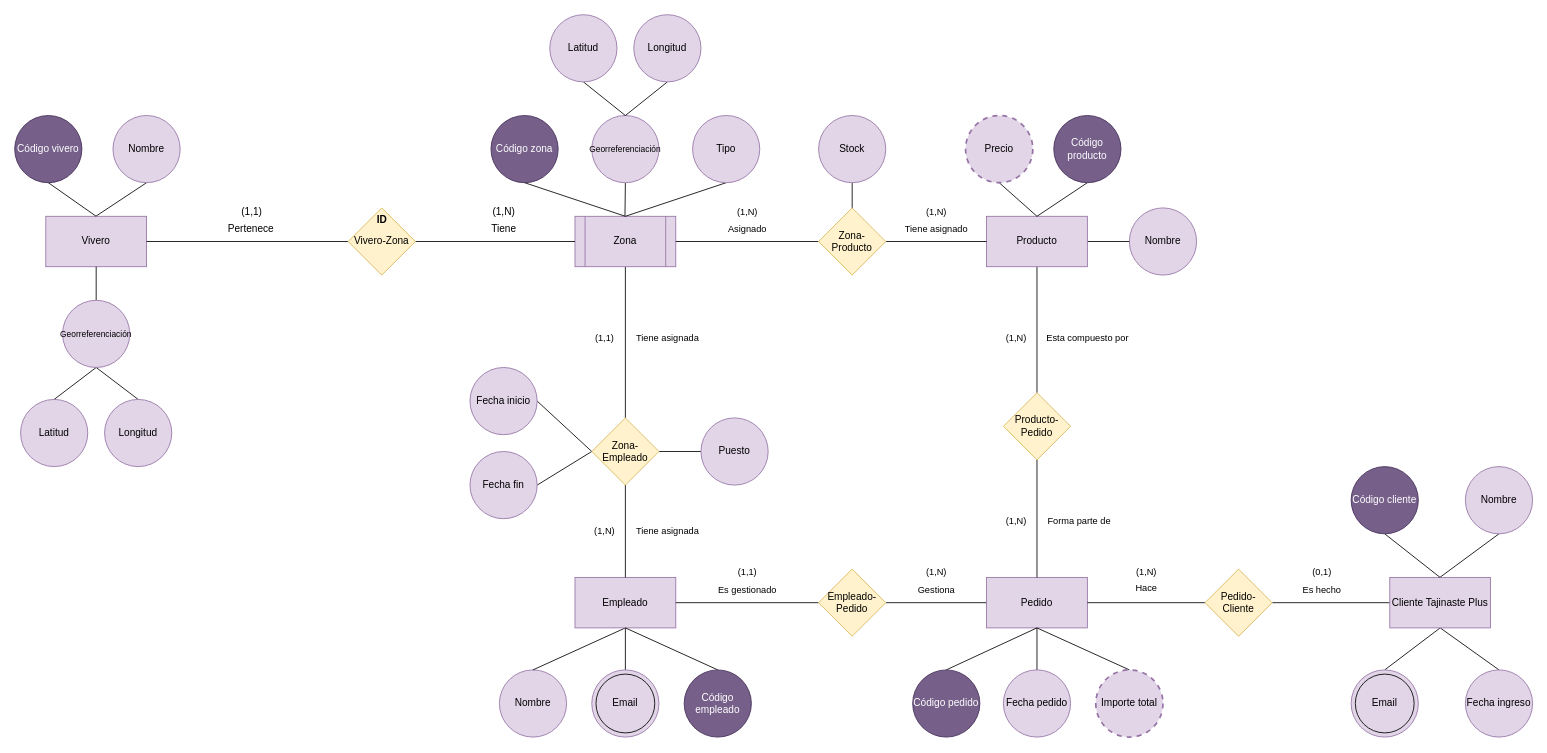
The draw.io diagram P2ADBD.drawio in Nestor-DF/ADBD-2024-2025-Practica02-PE, before the edit. Source tidied: cells renumbered, new cells numbered last; positions are measured from the earlier drawing's top-left corner, leaving out a move shared by most shapes. Both pictures are drawn from the tidied source at 84%, with x=0, y=0 at pixel (14, 14).
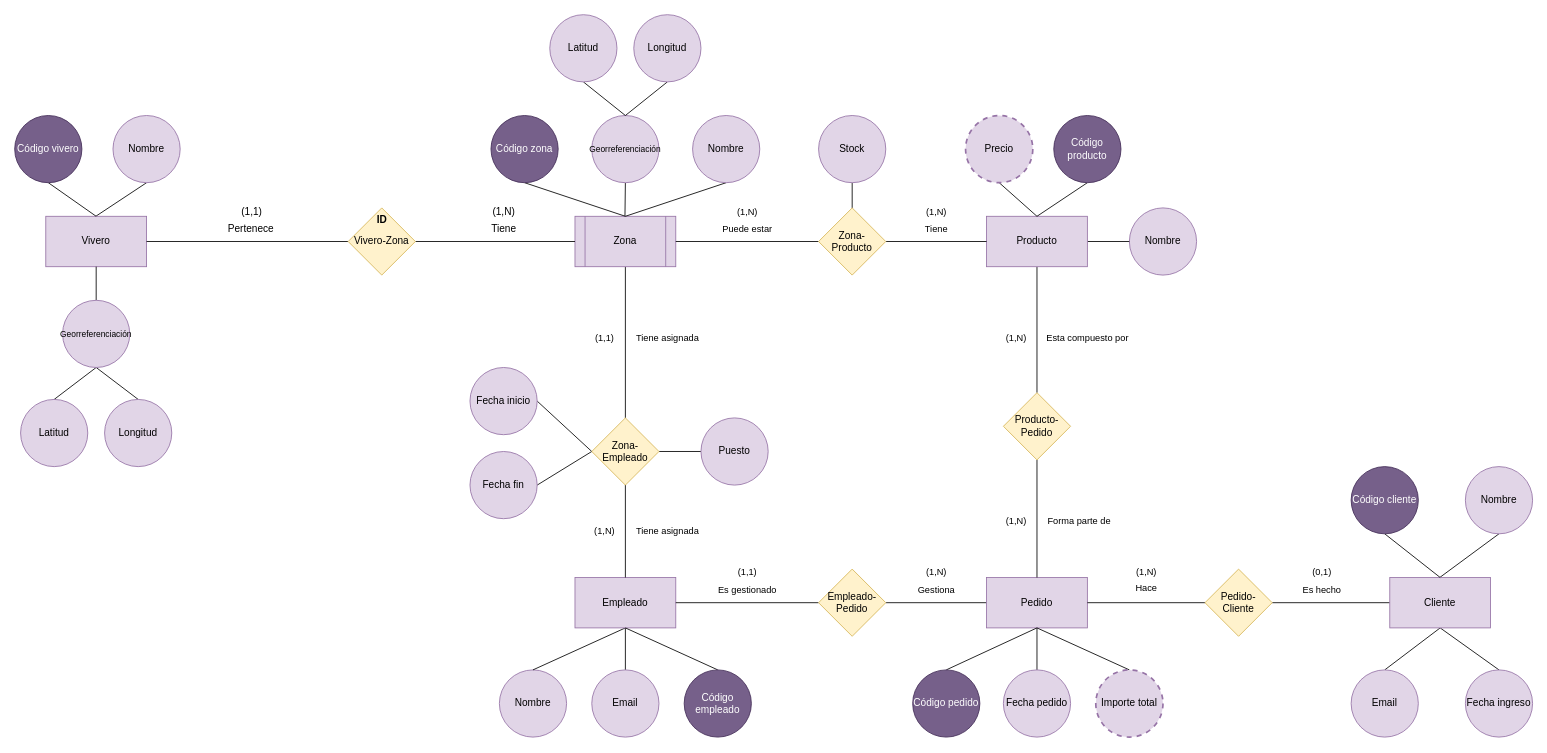
Above is the later version.

Diff of the diagram source:
```diff
@@
-    <mxCell id="17" value="Tipo" style="ellipse;whiteSpace=wrap;html=1;fillColor=#e1d5e7;strokeColor=#9673a6;" parent="1" vertex="1">
+    <mxCell id="17" value="Nombre" style="ellipse;whiteSpace=wrap;html=1;fillColor=#e1d5e7;strokeColor=#9673a6;" parent="1" vertex="1">
       <mxGeometry x="807" y="120" width="80" height="80" as="geometry" />
     </mxCell>
@@
-    <mxCell id="41" value="Asignado" style="text;html=1;align=center;verticalAlign=middle;strokeColor=none;fillColor=none;fontFamily=Helvetica;fontSize=11;fontColor=default;labelBackgroundColor=default;" parent="1" vertex="1">
-      <mxGeometry x="837" y="240" width="70" height="30" as="geometry" />
+    <mxCell id="41" value="Puede estar" style="text;html=1;align=center;verticalAlign=middle;strokeColor=none;fillColor=none;fontFamily=Helvetica;fontSize=11;fontColor=default;labelBackgroundColor=default;" parent="1" vertex="1">
+      <mxGeometry x="832" y="240" width="80" height="30" as="geometry" />
     </mxCell>
-    <mxCell id="42" value="Tiene asignado" style="text;html=1;align=center;verticalAlign=middle;strokeColor=none;fillColor=none;fontFamily=Helvetica;fontSize=11;fontColor=default;labelBackgroundColor=default;" parent="1" vertex="1">
-      <mxGeometry x="1047" y="240" width="100" height="30" as="geometry" />
+    <mxCell id="42" value="Tiene" style="text;html=1;align=center;verticalAlign=middle;strokeColor=none;fillColor=none;fontFamily=Helvetica;fontSize=11;fontColor=default;labelBackgroundColor=default;" parent="1" vertex="1">
+      <mxGeometry x="1072" y="240" width="50" height="30" as="geometry" />
     </mxCell>
@@
-    <mxCell id="65" value="Cliente Tajinaste Plus" style="rounded=0;whiteSpace=wrap;html=1;fillColor=#e1d5e7;strokeColor=#9673a6;" parent="1" vertex="1">
+    <mxCell id="65" value="Cliente" style="rounded=0;whiteSpace=wrap;html=1;fillColor=#e1d5e7;strokeColor=#9673a6;" parent="1" vertex="1">
       <mxGeometry x="1637" y="670" width="120" height="60" as="geometry" />
     </mxCell>
@@
-    <mxCell id="70" style="ellipse;whiteSpace=wrap;html=1;fontFamily=Helvetica;fontSize=11;labelBackgroundColor=default;fillColor=none;" parent="1" vertex="1">
-      <mxGeometry x="1596" y="785" width="70" height="70" as="geometry" />
-    </mxCell>
@@
-    <mxCell id="106" style="ellipse;whiteSpace=wrap;html=1;fontFamily=Helvetica;fontSize=11;labelBackgroundColor=default;fillColor=none;" parent="1" vertex="1">
-      <mxGeometry x="692" y="785" width="70" height="70" as="geometry" />
-    </mxCell>
```
